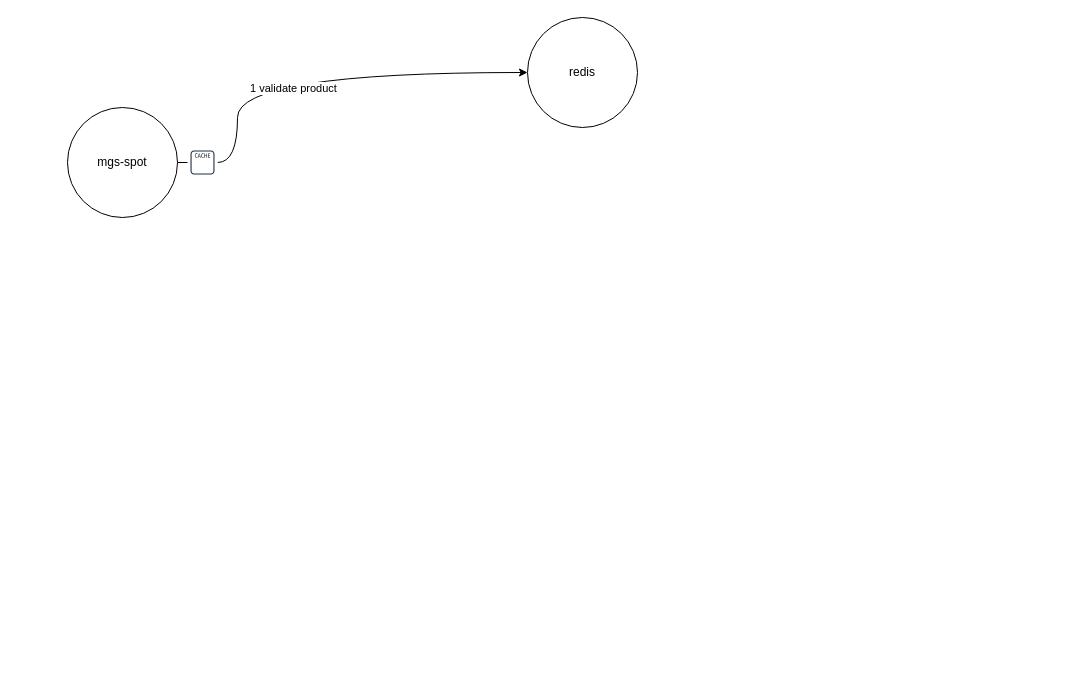
Earlier version of the draw.io diagram doc/mgs-spot.drawio (jackjoesh/databend). Source tidied: cells renumbered, new cells numbered last; positions are measured from the earlier drawing's top-left corner, leaving out a move shared by most shapes. Both pictures are drawn from the tidied source at 100%, with x=0, y=0 at pixel (67, 17).
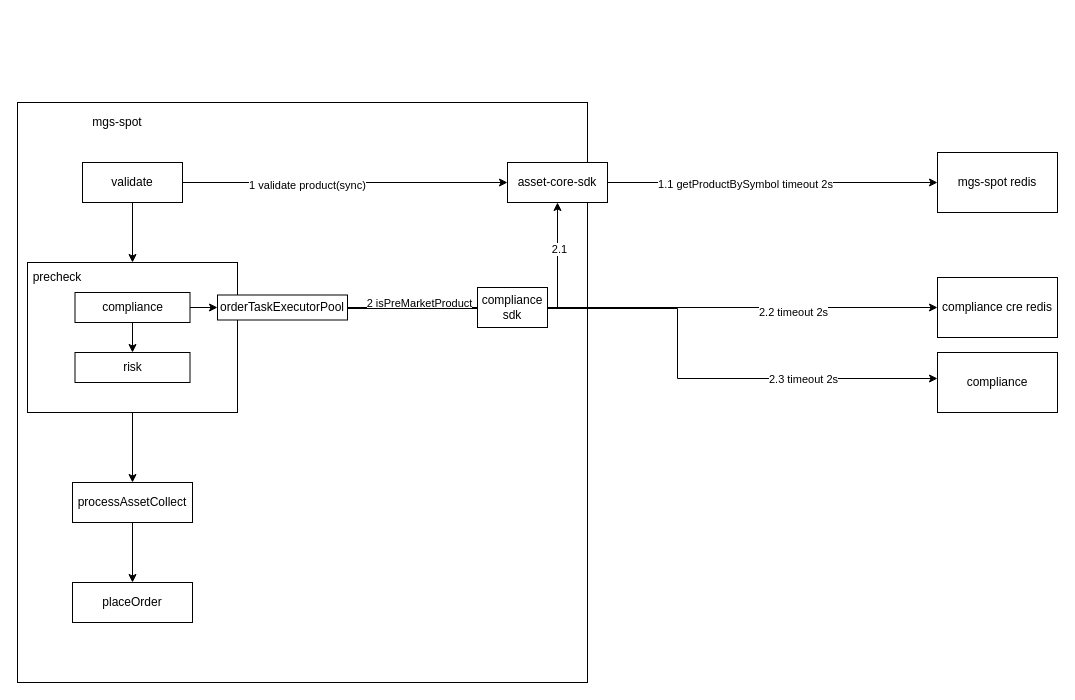
Above is the later version.

What changed in the source:
```diff
@@
-    <mxCell id="2" style="edgeStyle=orthogonalEdgeStyle;rounded=0;jettySize=auto;html=1;exitX=1;exitY=0.5;exitDx=0;exitDy=0;entryX=0;entryY=0.5;entryDx=0;entryDy=0;curved=1;" parent="1" edge="1" source="7" target="4">
-      <mxGeometry relative="1" as="geometry">
-        <Array as="points">
-          <mxPoint x="170" y="55" />
-        </Array>
-      </mxGeometry>
-    </mxCell>
+    <mxCell id="8" style="edgeStyle=orthogonalEdgeStyle;rounded=0;jettySize=auto;html=1;exitX=1;exitY=0.5;exitDx=0;exitDy=0;entryX=0;entryY=0.5;entryDx=0;entryDy=0;" parent="1" edge="1" source="22" target="21">
+      <mxGeometry relative="1" as="geometry" />
+    </mxCell>
+    <mxCell id="9" value="1.1 getProductBySymbol timeout 2s" style="edgeLabel;html=1;align=center;verticalAlign=middle;" parent="8" vertex="1">
+      <mxGeometry x="-0.17" y="-1" relative="1" as="geometry" />
+    </mxCell>
+    <mxCell id="10" style="whiteSpace=wrap;html=1;" parent="1" vertex="1">
+      <mxGeometry x="-50" y="85" width="570" height="580" as="geometry" />
+    </mxCell>
+    <mxCell id="11" style="edgeStyle=orthogonalEdgeStyle;rounded=0;jettySize=auto;html=1;" parent="1" edge="1" source="14" target="17">
+      <mxGeometry relative="1" as="geometry" />
+    </mxCell>
+    <mxCell id="12" style="edgeStyle=orthogonalEdgeStyle;rounded=0;jettySize=auto;html=1;exitX=1;exitY=0.5;exitDx=0;exitDy=0;" parent="1" edge="1" source="14" target="22">
+      <mxGeometry relative="1" as="geometry" />
+    </mxCell>
+    <mxCell id="13" value="1 validate product(sync)" style="edgeLabel;html=1;align=center;verticalAlign=middle;" parent="12" vertex="1">
+      <mxGeometry x="-0.24" y="-2" relative="1" as="geometry" />
+    </mxCell>
+    <mxCell id="14" value="validate" style="rounded=0;whiteSpace=wrap;html=1;" parent="1" vertex="1">
+      <mxGeometry x="15" y="145" width="100" height="40" as="geometry" />
+    </mxCell>
+    <mxCell id="15" style="edgeStyle=orthogonalEdgeStyle;rounded=0;jettySize=auto;html=1;" parent="1" edge="1" source="17" target="19">
+      <mxGeometry relative="1" as="geometry" />
+    </mxCell>
+    <mxCell id="16" style="edgeStyle=orthogonalEdgeStyle;rounded=0;jettySize=auto;html=1;exitX=0.5;exitY=0;exitDx=0;exitDy=0;entryX=0.5;entryY=0;entryDx=0;entryDy=0;" parent="1" edge="1" source="17" target="26">
+      <mxGeometry relative="1" as="geometry" />
+    </mxCell>
+    <mxCell id="17" style="rounded=0;whiteSpace=wrap;html=1;" parent="1" vertex="1">
+      <mxGeometry x="-40" y="245" width="210" height="150" as="geometry" />
+    </mxCell>
+    <mxCell id="18" style="edgeStyle=orthogonalEdgeStyle;rounded=0;jettySize=auto;html=1;" parent="1" edge="1" source="19" target="20">
+      <mxGeometry relative="1" as="geometry" />
+    </mxCell>
+    <mxCell id="19" value="processAssetCollect" style="rounded=0;whiteSpace=wrap;html=1;" parent="1" vertex="1">
+      <mxGeometry x="5" y="465" width="120" height="40" as="geometry" />
+    </mxCell>
+    <mxCell id="20" value="placeOrder" style="rounded=0;whiteSpace=wrap;html=1;" parent="1" vertex="1">
+      <mxGeometry x="5" y="565" width="120" height="40" as="geometry" />
+    </mxCell>
-    <mxCell id="3" value="mgs-spot" style="ellipse;whiteSpace=wrap;html=1;" parent="1" vertex="1">
-      <mxGeometry y="90" width="110" height="110" as="geometry" />
+    <mxCell id="3" value="mgs-spot" style="text;html=1;whiteSpace=wrap;strokeColor=none;fillColor=none;align=center;verticalAlign=middle;rounded=0;" parent="1" vertex="1">
+      <mxGeometry y="90" width="100" height="30" as="geometry" />
     </mxCell>
-    <mxCell id="4" value="redis" style="ellipse;whiteSpace=wrap;html=1;" parent="1" vertex="1">
-      <mxGeometry x="460" width="110" height="110" as="geometry" />
-    </mxCell>
-    <mxCell id="5" style="edgeStyle=orthogonalEdgeStyle;rounded=0;jettySize=auto;html=1;exitX=1;exitY=0.5;exitDx=0;exitDy=0;entryX=0;entryY=0.5;entryDx=0;entryDy=0;curved=1;" parent="1" edge="1" source="3" target="7">
-      <mxGeometry relative="1" as="geometry">
-        <Array as="points">
-          <mxPoint x="170" y="145" />
-        </Array>
-      </mxGeometry>
-    </mxCell>
-    <mxCell id="6" value="1 validate product" style="edgeLabel;html=1;align=center;verticalAlign=middle;" parent="5" vertex="1">
-      <mxGeometry x="-0.06" y="-21" relative="1" as="geometry">
-        <mxPoint x="63" y="-96" as="offset" />
-      </mxGeometry>
-    </mxCell>
-    <mxCell id="7" style="sketch=0;outlineConnect=0;fontColor=#232F3E;gradientColor=none;strokeColor=#232F3E;fillColor=#ffffff;dashed=0;verticalLabelPosition=bottom;verticalAlign=top;align=center;html=1;fontSize=12;fontStyle=0;shape=mxgraph.aws4.resourceIcon;resIcon=mxgraph.aws4.cache_node;" parent="1" vertex="1">
-      <mxGeometry x="120" y="130" width="30" height="30" as="geometry" />
-    </mxCell>
+    <mxCell id="21" value="mgs-spot redis" style="rounded=0;whiteSpace=wrap;html=1;" parent="1" vertex="1">
+      <mxGeometry x="870" y="135" width="120" height="60" as="geometry" />
+    </mxCell>
+    <mxCell id="22" value="asset-core-sdk" style="rounded=0;whiteSpace=wrap;html=1;" parent="1" vertex="1">
+      <mxGeometry x="440" y="145" width="100" height="40" as="geometry" />
+    </mxCell>
+    <mxCell id="23" value="precheck" style="text;html=1;whiteSpace=wrap;strokeColor=none;fillColor=none;align=center;verticalAlign=middle;rounded=0;" parent="1" vertex="1">
+      <mxGeometry x="-40" y="245" width="60" height="30" as="geometry" />
+    </mxCell>
+    <mxCell id="24" style="edgeStyle=orthogonalEdgeStyle;rounded=0;jettySize=auto;html=1;exitX=0.5;exitY=1;exitDx=0;exitDy=0;entryX=0.5;entryY=0;entryDx=0;entryDy=0;" parent="1" edge="1" source="26" target="27">
+      <mxGeometry relative="1" as="geometry" />
+    </mxCell>
+    <mxCell id="25" style="edgeStyle=orthogonalEdgeStyle;rounded=0;jettySize=auto;html=1;exitX=1;exitY=0.5;exitDx=0;exitDy=0;entryX=0;entryY=0.5;entryDx=0;entryDy=0;" parent="1" edge="1" source="26" target="30">
+      <mxGeometry relative="1" as="geometry" />
+    </mxCell>
+    <mxCell id="26" value="compliance" style="rounded=0;whiteSpace=wrap;html=1;" parent="1" vertex="1">
+      <mxGeometry x="7.5" y="275" width="115" height="30" as="geometry" />
+    </mxCell>
+    <mxCell id="27" value="risk" style="rounded=0;whiteSpace=wrap;html=1;" parent="1" vertex="1">
+      <mxGeometry x="7.5" y="335" width="115" height="30" as="geometry" />
+    </mxCell>
+    <mxCell id="28" style="edgeStyle=orthogonalEdgeStyle;rounded=0;jettySize=auto;html=1;exitX=1;exitY=0.5;exitDx=0;exitDy=0;entryX=0.5;entryY=1;entryDx=0;entryDy=0;" parent="1" edge="1" source="30" target="22">
+      <mxGeometry relative="1" as="geometry" />
+    </mxCell>
+    <mxCell id="29" value="2.1" style="edgeLabel;html=1;align=center;verticalAlign=middle;" parent="28" vertex="1">
+      <mxGeometry x="0.71" y="-1" relative="1" as="geometry" />
+    </mxCell>
+    <mxCell id="30" value="orderTaskExecutorPool" style="rounded=0;whiteSpace=wrap;html=1;" parent="1" vertex="1">
+      <mxGeometry x="150" y="277.5" width="130" height="25" as="geometry" />
+    </mxCell>
+    <mxCell id="31" value="compliance cre redis" style="rounded=0;whiteSpace=wrap;html=1;" parent="1" vertex="1">
+      <mxGeometry x="870" y="260" width="120" height="60" as="geometry" />
+    </mxCell>
+    <mxCell id="32" style="endArrow=classic;html=1;rounded=0;entryX=0;entryY=0.5;entryDx=0;entryDy=0;" parent="1" edge="1" target="31">
+      <mxGeometry relative="1" as="geometry">
+        <mxPoint x="280" y="290" as="sourcePoint" />
+      </mxGeometry>
+    </mxCell>
+    <mxCell id="33" value="2.2 timeout 2s" style="edgeLabel;html=1;align=center;verticalAlign=middle;" parent="32" vertex="1">
+      <mxGeometry x="0.51" y="-4" relative="1" as="geometry" />
+    </mxCell>
+    <mxCell id="34" value="2&amp;nbsp;isPreMarketProduct" style="edgeLabel;html=1;align=center;verticalAlign=middle;" parent="32" vertex="1">
+      <mxGeometry x="-0.75" y="2" relative="1" as="geometry">
+        <mxPoint x="-3" y="-3" as="offset" />
+      </mxGeometry>
+    </mxCell>
+    <mxCell id="35" value="compliance" style="rounded=0;whiteSpace=wrap;html=1;" parent="1" vertex="1">
+      <mxGeometry x="870" y="335" width="120" height="60" as="geometry" />
+    </mxCell>
+    <mxCell id="36" style="endArrow=classic;html=1;rounded=0;entryX=0;entryY=0.5;entryDx=0;entryDy=0;edgeStyle=orthogonalEdgeStyle;" parent="1" edge="1">
+      <mxGeometry relative="1" as="geometry">
+        <mxPoint x="280" y="291" as="sourcePoint" />
+        <mxPoint x="870" y="361" as="targetPoint" />
+        <Array as="points">
+          <mxPoint x="280" y="291" />
+          <mxPoint x="610" y="291" />
+          <mxPoint x="610" y="361" />
+        </Array>
+      </mxGeometry>
+    </mxCell>
+    <mxCell id="37" value="2.3 timeout 2s" style="edgeLabel;html=1;align=center;verticalAlign=middle;" parent="36" vertex="1">
+      <mxGeometry x="0.59" relative="1" as="geometry" />
+    </mxCell>
+    <mxCell id="38" value="compliance sdk" style="rounded=0;whiteSpace=wrap;html=1;" parent="1" vertex="1">
+      <mxGeometry x="410" y="270" width="70" height="40" as="geometry" />
+    </mxCell>
```
